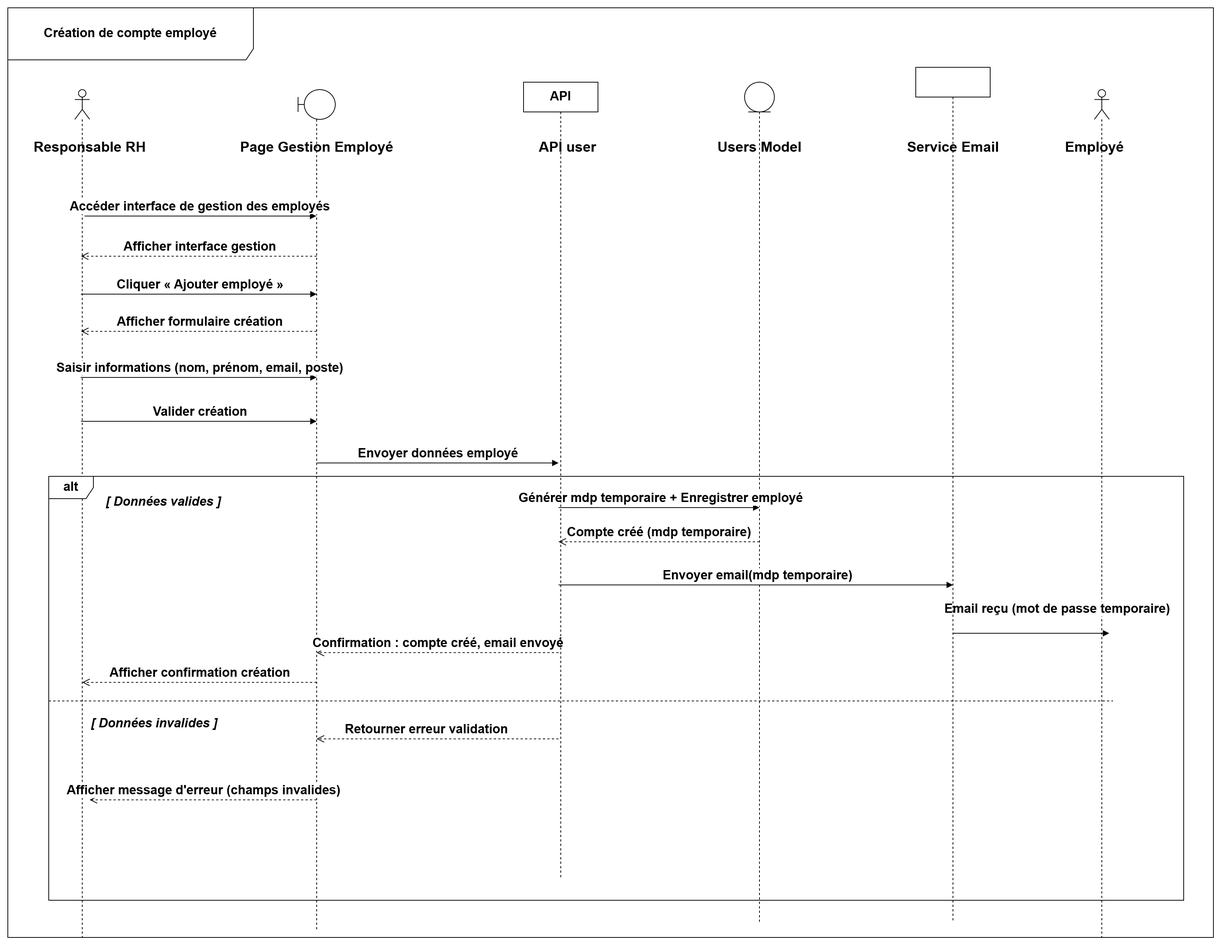
The draw.io diagram projet/images/digf/ss1/creer_compte_employe.png in louu7895/pfe, before a commit. Source tidied: cells renumbered, new cells last; positions are measured from the earlier drawing's top-left corner, leaving out a move shared by most shapes.
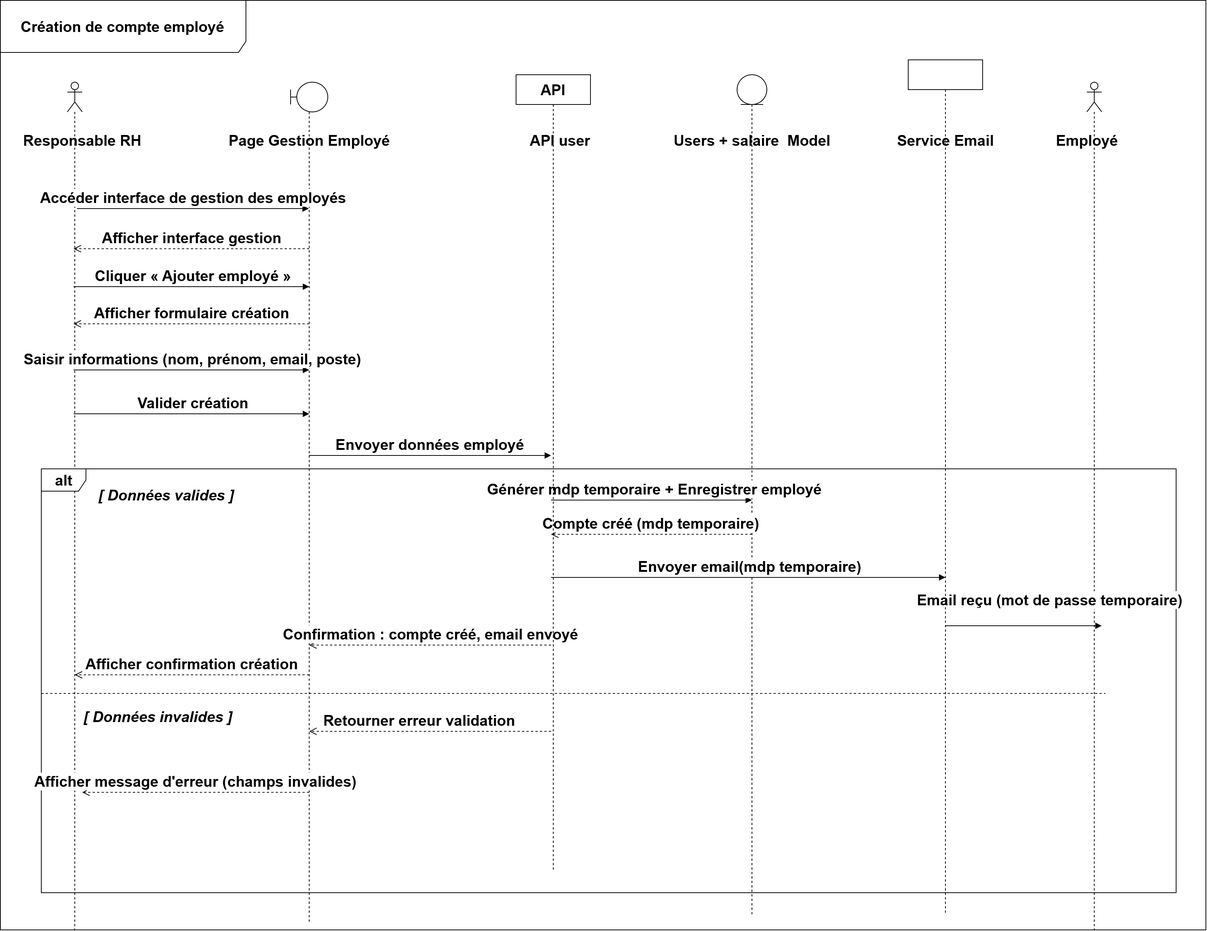
Above is the later version.

What changed in the source:
```diff
@@ -2,143 +2,143 @@
   <root>
     <mxCell id="0" />
     <mxCell id="1" parent="0" />
-    <mxCell id="2" value="Création de compte employé" style="shape=umlFrame;whiteSpace=wrap;html=1;fontSize=17;fontFamily=Helvetica;fontStyle=1;align=center;width=330;height=70;" parent="1" vertex="1">
+    <mxCell id="2" value="Création de compte employé" style="shape=umlFrame;whiteSpace=wrap;html=1;fontSize=20;fontFamily=Helvetica;fontStyle=1;align=center;width=330;height=70;" parent="1" vertex="1">
       <mxGeometry width="1620" height="1250" as="geometry" />
     </mxCell>
-    <mxCell id="3" style="shape=umlLifeline;perimeter=lifelinePerimeter;whiteSpace=wrap;html=1;outlineConnect=0;portConstraint=eastwest;participant=umlActor;fontSize=17;fontFamily=Helvetica;fontStyle=1;align=center;" parent="1" vertex="1">
+    <mxCell id="3" style="shape=umlLifeline;perimeter=lifelinePerimeter;whiteSpace=wrap;html=1;outlineConnect=0;portConstraint=eastwest;participant=umlActor;fontSize=20;fontFamily=Helvetica;fontStyle=1;align=center;" parent="1" vertex="1">
       <mxGeometry x="90" y="110" width="20" height="1140" as="geometry" />
     </mxCell>
-    <mxCell id="4" style="shape=umlLifeline;perimeter=lifelinePerimeter;whiteSpace=wrap;html=1;outlineConnect=0;portConstraint=eastwest;participant=umlBoundary;fontSize=17;fontFamily=Helvetica;fontStyle=1;align=center;" parent="1" vertex="1">
+    <mxCell id="4" style="shape=umlLifeline;perimeter=lifelinePerimeter;whiteSpace=wrap;html=1;outlineConnect=0;portConstraint=eastwest;participant=umlBoundary;fontSize=20;fontFamily=Helvetica;fontStyle=1;align=center;" parent="1" vertex="1">
       <mxGeometry x="390" y="110" width="50" height="1130" as="geometry" />
     </mxCell>
-    <mxCell id="5" style="shape=umlLifeline;perimeter=lifelinePerimeter;whiteSpace=wrap;html=1;participant=umlEntity;fontSize=17;fontFamily=Helvetica;fontStyle=1;align=center;" parent="1" vertex="1">
+    <mxCell id="5" style="shape=umlLifeline;perimeter=lifelinePerimeter;whiteSpace=wrap;html=1;participant=umlEntity;fontSize=20;fontFamily=Helvetica;fontStyle=1;align=center;" parent="1" vertex="1">
       <mxGeometry x="990" y="100" width="40" height="1129" as="geometry" />
     </mxCell>
-    <mxCell id="6" style="shape=umlLifeline;perimeter=lifelinePerimeter;whiteSpace=wrap;html=1;participant=umlActor;fontSize=17;fontFamily=Helvetica;fontStyle=1;align=center;" parent="1" vertex="1">
+    <mxCell id="6" style="shape=umlLifeline;perimeter=lifelinePerimeter;whiteSpace=wrap;html=1;participant=umlActor;fontSize=20;fontFamily=Helvetica;fontStyle=1;align=center;" parent="1" vertex="1">
       <mxGeometry x="1460" y="110" width="20" height="1140" as="geometry" />
     </mxCell>
-    <mxCell id="7" value="Responsable RH" style="text;html=1;strokeColor=none;fillColor=none;align=center;verticalAlign=middle;fontSize=19;fontStyle=1;fontFamily=Helvetica;" parent="1" vertex="1">
+    <mxCell id="7" value="Responsable RH" style="text;html=1;strokeColor=none;fillColor=none;align=center;verticalAlign=middle;fontSize=20;fontStyle=1;fontFamily=Helvetica;" parent="1" vertex="1">
       <mxGeometry x="40" y="175" width="140" height="25" as="geometry" />
     </mxCell>
-    <mxCell id="8" value="Page Gestion Employé" style="text;html=1;strokeColor=none;fillColor=none;align=center;verticalAlign=middle;fontSize=19;fontStyle=1;fontFamily=Helvetica;" parent="1" vertex="1">
+    <mxCell id="8" value="Page Gestion Employé" style="text;html=1;strokeColor=none;fillColor=none;align=center;verticalAlign=middle;fontSize=20;fontStyle=1;fontFamily=Helvetica;" parent="1" vertex="1">
       <mxGeometry x="320" y="175" width="190" height="25" as="geometry" />
     </mxCell>
-    <mxCell id="9" value="API user" style="text;html=1;strokeColor=none;fillColor=none;align=center;verticalAlign=middle;fontSize=19;fontStyle=1;fontFamily=Helvetica;" parent="1" vertex="1">
+    <mxCell id="9" value="API user" style="text;html=1;strokeColor=none;fillColor=none;align=center;verticalAlign=middle;fontSize=20;fontStyle=1;fontFamily=Helvetica;" parent="1" vertex="1">
       <mxGeometry x="687" y="175" width="130" height="25" as="geometry" />
     </mxCell>
-    <mxCell id="10" value="Users Model" style="text;html=1;strokeColor=none;fillColor=none;align=center;verticalAlign=middle;fontSize=19;fontStyle=1;fontFamily=Helvetica;" parent="1" vertex="1">
+    <mxCell id="10" value="Users + salaire&amp;nbsp;&lt;span style=&quot;background-color: transparent; color: light-dark(rgb(0, 0, 0), rgb(255, 255, 255));&quot;&gt;&amp;nbsp;Model&lt;/span&gt;" style="text;html=1;strokeColor=none;fillColor=none;align=center;verticalAlign=middle;fontSize=20;fontStyle=1;fontFamily=Helvetica;" parent="1" vertex="1">
       <mxGeometry x="955" y="175" width="110" height="25" as="geometry" />
     </mxCell>
-    <mxCell id="11" value="Service Email" style="text;html=1;strokeColor=none;fillColor=none;align=center;verticalAlign=middle;fontSize=19;fontStyle=1;fontFamily=Helvetica;" parent="1" vertex="1">
+    <mxCell id="11" value="Service Email" style="text;html=1;strokeColor=none;fillColor=none;align=center;verticalAlign=middle;fontSize=20;fontStyle=1;fontFamily=Helvetica;" parent="1" vertex="1">
       <mxGeometry x="1210" y="175" width="120" height="25" as="geometry" />
     </mxCell>
-    <mxCell id="12" value="Employé" style="text;html=1;strokeColor=none;fillColor=none;align=center;verticalAlign=middle;fontSize=19;fontStyle=1;fontFamily=Helvetica;" parent="1" vertex="1">
+    <mxCell id="12" value="Employé" style="text;html=1;strokeColor=none;fillColor=none;align=center;verticalAlign=middle;fontSize=20;fontStyle=1;fontFamily=Helvetica;" parent="1" vertex="1">
       <mxGeometry x="1410" y="175" width="100" height="25" as="geometry" />
     </mxCell>
-    <mxCell id="13" value="Accéder interface de gestion des employés" style="html=1;verticalAlign=bottom;endArrow=block;curved=0;rounded=0;fontSize=17;fontFamily=Helvetica;fontStyle=1;" parent="1" edge="1" target="4">
+    <mxCell id="13" value="Accéder interface de gestion des employés" style="html=1;verticalAlign=bottom;endArrow=block;curved=0;rounded=0;fontSize=20;fontFamily=Helvetica;fontStyle=1;" parent="1" edge="1" target="4">
       <mxGeometry relative="1" as="geometry">
         <mxPoint x="103" y="280" as="sourcePoint" />
       </mxGeometry>
     </mxCell>
-    <mxCell id="14" value="Afficher interface gestion" style="html=1;verticalAlign=bottom;endArrow=open;dashed=1;endSize=8;curved=0;rounded=0;fontSize=17;fontFamily=Helvetica;fontStyle=1;" parent="1" edge="1">
+    <mxCell id="14" value="Afficher interface gestion" style="html=1;verticalAlign=bottom;endArrow=open;dashed=1;endSize=8;curved=0;rounded=0;fontSize=20;fontFamily=Helvetica;fontStyle=1;" parent="1" edge="1">
       <mxGeometry relative="1" as="geometry">
         <mxPoint x="415" y="334" as="sourcePoint" />
         <mxPoint x="98.3" y="334" as="targetPoint" />
       </mxGeometry>
     </mxCell>
-    <mxCell id="15" value="&amp;nbsp;Cliquer « Ajouter employé »" style="html=1;verticalAlign=bottom;endArrow=block;curved=0;rounded=0;fontSize=17;fontFamily=Helvetica;fontStyle=1;" parent="1" edge="1">
+    <mxCell id="15" value="&amp;nbsp;Cliquer « Ajouter employé »" style="html=1;verticalAlign=bottom;endArrow=block;curved=0;rounded=0;fontSize=20;fontFamily=Helvetica;fontStyle=1;" parent="1" edge="1">
       <mxGeometry relative="1" as="geometry">
         <mxPoint x="98.3" y="385" as="sourcePoint" />
         <mxPoint x="415" y="385" as="targetPoint" />
       </mxGeometry>
     </mxCell>
-    <mxCell id="16" value="Afficher formulaire création" style="html=1;verticalAlign=bottom;endArrow=open;dashed=1;endSize=8;curved=0;rounded=0;fontSize=17;fontFamily=Helvetica;fontStyle=1;" parent="1" edge="1">
+    <mxCell id="16" value="Afficher formulaire création" style="html=1;verticalAlign=bottom;endArrow=open;dashed=1;endSize=8;curved=0;rounded=0;fontSize=20;fontFamily=Helvetica;fontStyle=1;" parent="1" edge="1">
       <mxGeometry relative="1" as="geometry">
         <mxPoint x="415" y="435" as="sourcePoint" />
         <mxPoint x="98.3" y="435" as="targetPoint" />
       </mxGeometry>
     </mxCell>
-    <mxCell id="17" value="Saisir informations (nom, prénom, email, poste)" style="html=1;verticalAlign=bottom;endArrow=block;curved=0;rounded=0;fontSize=17;fontFamily=Helvetica;fontStyle=1;" parent="1" edge="1" source="3">
+    <mxCell id="17" value="Saisir informations (nom, prénom, email, poste)" style="html=1;verticalAlign=bottom;endArrow=block;curved=0;rounded=0;fontSize=20;fontFamily=Helvetica;fontStyle=1;" parent="1" edge="1" source="3">
       <mxGeometry x="0.01" relative="1" as="geometry">
         <mxPoint x="415" y="497" as="targetPoint" />
       </mxGeometry>
     </mxCell>
-    <mxCell id="18" value="&amp;nbsp;Valider création" style="html=1;verticalAlign=bottom;endArrow=block;curved=0;rounded=0;fontSize=17;fontFamily=Helvetica;fontStyle=1;" parent="1" edge="1">
+    <mxCell id="18" value="&amp;nbsp;Valider création" style="html=1;verticalAlign=bottom;endArrow=block;curved=0;rounded=0;fontSize=20;fontFamily=Helvetica;fontStyle=1;" parent="1" edge="1">
       <mxGeometry relative="1" as="geometry">
         <mxPoint x="98.3" y="556" as="sourcePoint" />
         <mxPoint x="415" y="556" as="targetPoint" />
       </mxGeometry>
     </mxCell>
-    <mxCell id="19" value="Envoyer données employé" style="html=1;verticalAlign=bottom;endArrow=block;curved=0;rounded=0;fontSize=17;fontFamily=Helvetica;fontStyle=1;" parent="1" edge="1">
+    <mxCell id="19" value="Envoyer données employé" style="html=1;verticalAlign=bottom;endArrow=block;curved=0;rounded=0;fontSize=20;fontFamily=Helvetica;fontStyle=1;" parent="1" edge="1">
       <mxGeometry relative="1" as="geometry">
         <mxPoint x="415" y="612" as="sourcePoint" />
         <mxPoint x="740" y="612" as="targetPoint" />
       </mxGeometry>
     </mxCell>
-    <mxCell id="20" value="alt" style="shape=umlFrame;whiteSpace=wrap;html=1;fontSize=17;fontFamily=Helvetica;fontStyle=1;align=center;" parent="1" vertex="1">
+    <mxCell id="20" value="alt" style="shape=umlFrame;whiteSpace=wrap;html=1;fontSize=20;fontFamily=Helvetica;fontStyle=1;align=center;" parent="1" vertex="1">
       <mxGeometry x="55" y="630" width="1525" height="570" as="geometry" />
     </mxCell>
-    <mxCell id="21" style="line;strokeWidth=1;fillColor=none;strokeColor=inherit;dashed=1;fontSize=17;fontFamily=Helvetica;" parent="1" vertex="1">
+    <mxCell id="21" style="line;strokeWidth=1;fillColor=none;strokeColor=inherit;dashed=1;fontSize=20;fontFamily=Helvetica;fontStyle=1;" parent="1" vertex="1">
       <mxGeometry x="55" y="930" width="1430" height="4" as="geometry" />
     </mxCell>
-    <mxCell id="22" value="[ Données valides ]" style="text;html=1;strokeColor=none;fillColor=none;align=left;verticalAlign=middle;fontSize=17;fontStyle=3;fontFamily=Helvetica;" parent="1" vertex="1">
+    <mxCell id="22" value="[ Données valides ]" style="text;html=1;strokeColor=none;fillColor=none;align=left;verticalAlign=middle;fontSize=20;fontStyle=3;fontFamily=Helvetica;" parent="1" vertex="1">
       <mxGeometry x="130" y="652" width="200" height="25" as="geometry" />
     </mxCell>
-    <mxCell id="23" value="&amp;nbsp;Générer mdp temporaire + Enregistrer employé" style="html=1;verticalAlign=bottom;endArrow=block;curved=0;rounded=0;fontSize=17;fontFamily=Helvetica;fontStyle=1;" parent="1" edge="1">
+    <mxCell id="23" value="&amp;nbsp;Générer mdp temporaire + Enregistrer employé" style="html=1;verticalAlign=bottom;endArrow=block;curved=0;rounded=0;fontSize=20;fontFamily=Helvetica;fontStyle=1;" parent="1" edge="1">
       <mxGeometry relative="1" as="geometry">
         <mxPoint x="740" y="672" as="sourcePoint" />
         <mxPoint x="1010" y="672" as="targetPoint" />
       </mxGeometry>
     </mxCell>
-    <mxCell id="24" value="Compte créé (mdp temporaire)" style="html=1;verticalAlign=bottom;endArrow=open;dashed=1;endSize=8;curved=0;rounded=0;fontSize=17;fontFamily=Helvetica;fontStyle=1;" parent="1" edge="1">
+    <mxCell id="24" value="Compte créé (mdp temporaire)" style="html=1;verticalAlign=bottom;endArrow=open;dashed=1;endSize=8;curved=0;rounded=0;fontSize=20;fontFamily=Helvetica;fontStyle=1;" parent="1" edge="1">
       <mxGeometry relative="1" as="geometry">
         <mxPoint x="1010" y="718" as="sourcePoint" />
         <mxPoint x="740" y="718" as="targetPoint" />
       </mxGeometry>
     </mxCell>
-    <mxCell id="25" value="&amp;nbsp;Envoyer email(mdp temporaire)" style="html=1;verticalAlign=bottom;endArrow=block;curved=0;rounded=0;fontSize=17;fontFamily=Helvetica;fontStyle=1;" parent="1" edge="1">
+    <mxCell id="25" value="&amp;nbsp;Envoyer email(mdp temporaire)" style="html=1;verticalAlign=bottom;endArrow=block;curved=0;rounded=0;fontSize=20;fontFamily=Helvetica;fontStyle=1;" parent="1" edge="1">
       <mxGeometry relative="1" as="geometry">
         <mxPoint x="740" y="776" as="sourcePoint" />
         <mxPoint x="1270" y="776" as="targetPoint" />
       </mxGeometry>
     </mxCell>
-    <mxCell id="26" value="Email reçu (mot de passe temporaire)" style="html=1;verticalAlign=bottom;endArrow=block;curved=0;rounded=0;fontSize=17;fontFamily=Helvetica;fontStyle=1;" parent="1" edge="1">
+    <mxCell id="26" value="Email reçu (mot de passe temporaire)" style="html=1;verticalAlign=bottom;endArrow=block;curved=0;rounded=0;fontSize=20;fontFamily=Helvetica;fontStyle=1;" parent="1" edge="1">
       <mxGeometry x="0.33" y="20" relative="1" as="geometry">
         <mxPoint x="1270" y="841" as="sourcePoint" />
         <mxPoint x="1480" y="841" as="targetPoint" />
       </mxGeometry>
     </mxCell>
-    <mxCell id="27" value="Confirmation : compte créé, email envoyé" style="html=1;verticalAlign=bottom;endArrow=open;dashed=1;endSize=8;curved=0;rounded=0;fontSize=17;fontFamily=Helvetica;fontStyle=1;" parent="1" edge="1">
+    <mxCell id="27" value="Confirmation : compte créé, email envoyé" style="html=1;verticalAlign=bottom;endArrow=open;dashed=1;endSize=8;curved=0;rounded=0;fontSize=20;fontFamily=Helvetica;fontStyle=1;" parent="1" edge="1">
       <mxGeometry relative="1" as="geometry">
         <mxPoint x="740" y="867" as="sourcePoint" />
         <mxPoint x="415" y="867" as="targetPoint" />
       </mxGeometry>
     </mxCell>
-    <mxCell id="28" value="Afficher confirmation création" style="html=1;verticalAlign=bottom;endArrow=open;dashed=1;endSize=8;curved=0;rounded=0;fontSize=17;fontFamily=Helvetica;fontStyle=1;" parent="1" edge="1">
+    <mxCell id="28" value="Afficher confirmation création" style="html=1;verticalAlign=bottom;endArrow=open;dashed=1;endSize=8;curved=0;rounded=0;fontSize=20;fontFamily=Helvetica;fontStyle=1;" parent="1" edge="1">
       <mxGeometry relative="1" as="geometry">
         <mxPoint x="415" y="907" as="sourcePoint" />
         <mxPoint x="100" y="907" as="targetPoint" />
       </mxGeometry>
     </mxCell>
-    <mxCell id="29" value="[ Données invalides ]" style="text;html=1;strokeColor=none;fillColor=none;align=left;verticalAlign=middle;fontSize=17;fontStyle=3;fontFamily=Helvetica;" parent="1" vertex="1">
+    <mxCell id="29" value="[ Données invalides ]" style="text;html=1;strokeColor=none;fillColor=none;align=left;verticalAlign=middle;fontSize=20;fontStyle=3;fontFamily=Helvetica;" parent="1" vertex="1">
       <mxGeometry x="110" y="950" width="210" height="25" as="geometry" />
     </mxCell>
-    <mxCell id="30" value="&amp;nbsp;Retourner erreur validation" style="html=1;verticalAlign=bottom;endArrow=open;dashed=1;endSize=8;curved=0;rounded=0;fontSize=17;fontFamily=Helvetica;fontStyle=1;" parent="1" edge="1">
+    <mxCell id="30" value="&amp;nbsp;Retourner erreur validation" style="html=1;verticalAlign=bottom;endArrow=open;dashed=1;endSize=8;curved=0;rounded=0;fontSize=20;fontFamily=Helvetica;fontStyle=1;" parent="1" edge="1">
       <mxGeometry x="0.11" relative="1" as="geometry">
         <mxPoint x="740" y="983" as="sourcePoint" />
         <mxPoint x="415" y="983" as="targetPoint" />
       </mxGeometry>
     </mxCell>
-    <mxCell id="31" value="Afficher message d'erreur (champs invalides)" style="html=1;verticalAlign=bottom;endArrow=open;dashed=1;endSize=8;curved=0;rounded=0;fontSize=17;fontFamily=Helvetica;fontStyle=1;" parent="1" edge="1">
+    <mxCell id="31" value="Afficher message d'erreur (champs invalides)" style="html=1;verticalAlign=bottom;endArrow=open;dashed=1;endSize=8;curved=0;rounded=0;fontSize=20;fontFamily=Helvetica;fontStyle=1;" parent="1" edge="1">
       <mxGeometry relative="1" as="geometry">
         <mxPoint x="415" y="1065" as="sourcePoint" />
         <mxPoint x="110" y="1065" as="targetPoint" />
       </mxGeometry>
     </mxCell>
-    <mxCell id="32" value="&lt;b&gt;&lt;font&gt;API&lt;/font&gt;&lt;/b&gt;" style="shape=umlLifeline;perimeter=lifelinePerimeter;whiteSpace=wrap;html=1;newEdgeStyle={&quot;curved&quot;:0,&quot;rounded&quot;:0};fontSize=17;" parent="1" vertex="1">
+    <mxCell id="32" value="&lt;span&gt;&lt;font&gt;API&lt;/font&gt;&lt;/span&gt;" style="shape=umlLifeline;perimeter=lifelinePerimeter;whiteSpace=wrap;html=1;newEdgeStyle={&quot;curved&quot;:0,&quot;rounded&quot;:0};fontSize=20;fontStyle=1;" parent="1" vertex="1">
       <mxGeometry x="693" y="100" width="100" height="1070" as="geometry" />
     </mxCell>
-    <mxCell id="33" style="shape=umlLifeline;perimeter=lifelinePerimeter;whiteSpace=wrap;html=1;newEdgeStyle={&quot;curved&quot;:0,&quot;rounded&quot;:0};fontSize=17;" parent="1" vertex="1">
+    <mxCell id="33" style="shape=umlLifeline;perimeter=lifelinePerimeter;whiteSpace=wrap;html=1;newEdgeStyle={&quot;curved&quot;:0,&quot;rounded&quot;:0};fontSize=20;fontStyle=1;" parent="1" vertex="1">
       <mxGeometry x="1220" y="80" width="100" height="1150" as="geometry" />
     </mxCell>
   </root>
```
